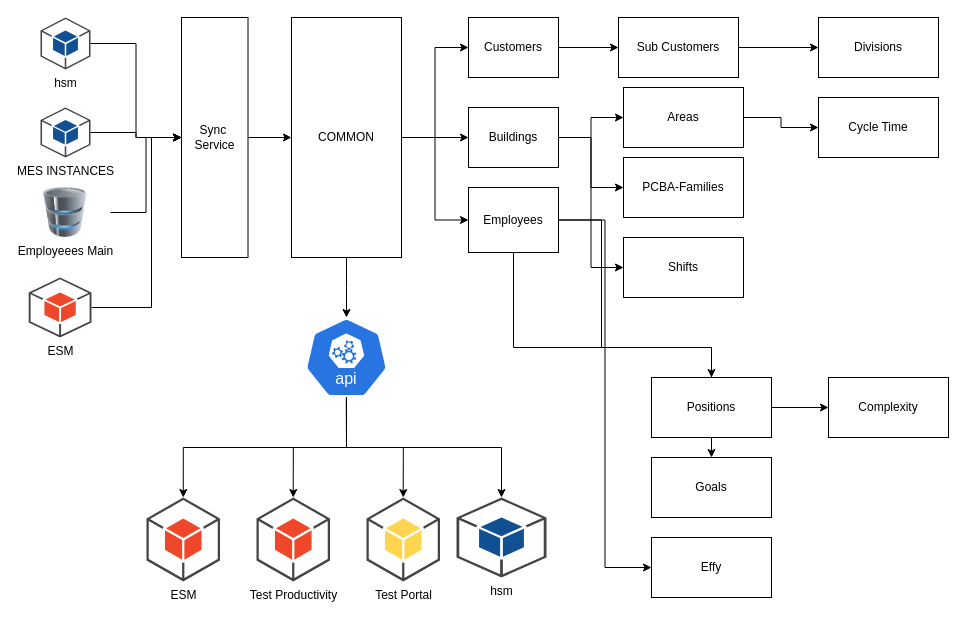
This is page "Diagrama Proposal" (1 of 5) of Untitled Diagram.drawio from byok22/backend, a draw.io file, before an edit. Source tidied: cells renumbered, new cells numbered last; positions are measured from the earlier drawing's top-left corner, leaving out a move shared by most shapes. Both pictures are drawn from the tidied source at 100%, with x=0, y=0 at pixel (20, 17).
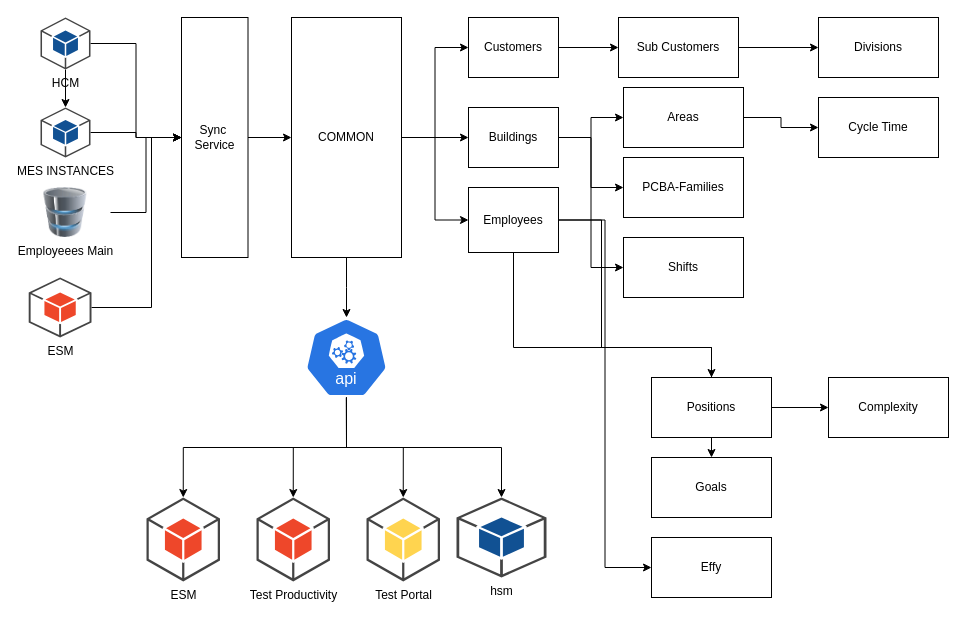
The same page after the edit.

The change refers to these unchanged cells:
```xml
<mxCell id="25" value="MES INSTANCES" style="outlineConnect=0;dashed=0;verticalLabelPosition=bottom;verticalAlign=top;align=center;html=1;shape=mxgraph.aws3.android;fillColor=#115193;gradientColor=none;" parent="1" vertex="1">
  <mxGeometry x="20" y="90" width="50" height="50" as="geometry" />
</mxCell>
```

Change to the diagram source:
```diff
@@
+    <mxCell id="50" style="edgeStyle=orthogonalEdgeStyle;rounded=0;jettySize=auto;html=1;" parent="1" edge="1" source="21" target="25">
+      <mxGeometry relative="1" as="geometry" />
+    </mxCell>
-    <mxCell id="21" value="hsm" style="outlineConnect=0;dashed=0;verticalLabelPosition=bottom;verticalAlign=top;align=center;html=1;shape=mxgraph.aws3.android;fillColor=#115193;gradientColor=none;" parent="1" vertex="1">
+    <mxCell id="21" value="HCM" style="outlineConnect=0;dashed=0;verticalLabelPosition=bottom;verticalAlign=top;align=center;html=1;shape=mxgraph.aws3.android;fillColor=#115193;gradientColor=none;" parent="1" vertex="1">
       <mxGeometry x="20" width="50" height="52" as="geometry" />
     </mxCell>
```
